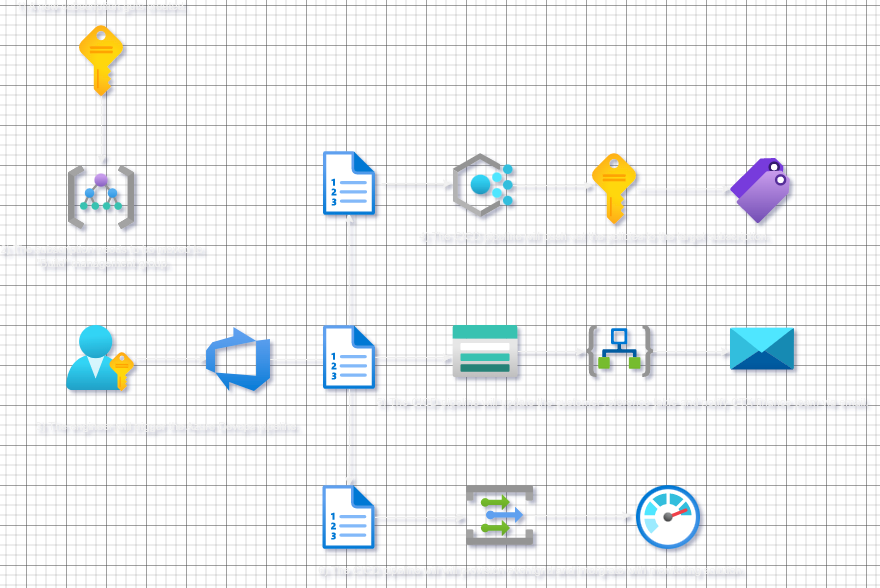
Before: resume_devops/images/policy.png, a diagram exported from draw.io (lyoh001/AzureStaticWebApps). Source tidied: cells renumbered, new cells last; positions are measured from the earlier drawing's top-left corner, leaving out a move shared by most shapes. Its diagram source:
```xml
<mxGraphModel>
  <root>
    <mxCell id="0" />
    <mxCell id="1" parent="0" />
    <mxCell id="2" style="edgeStyle=orthogonalEdgeStyle;rounded=0;orthogonalLoop=1;jettySize=auto;html=1;entryX=0;entryY=0.542;entryDx=0;entryDy=0;entryPerimeter=0;" parent="1" edge="1">
      <mxGeometry relative="1" as="geometry">
        <mxPoint x="315" y="158" as="sourcePoint" />
        <mxPoint x="385" y="158" as="targetPoint" />
      </mxGeometry>
    </mxCell>
    <mxCell id="3" style="edgeStyle=orthogonalEdgeStyle;rounded=0;jettySize=auto;html=1;entryX=0.016;entryY=0.484;entryDx=0;entryDy=0;entryPerimeter=0;" parent="1" edge="1" source="4" target="8">
      <mxGeometry relative="1" as="geometry" />
    </mxCell>
    <mxCell id="4" style="html=1;points=[];align=center;image;fontSize=12;image=img/lib/azure2/azure_stack/User_Subscriptions.svg;" parent="1" vertex="1">
      <mxGeometry y="300" width="68" height="66" as="geometry" />
    </mxCell>
    <mxCell id="5" style="edgeStyle=orthogonalEdgeStyle;rounded=0;jettySize=auto;html=1;" parent="1" edge="1" source="8">
      <mxGeometry relative="1" as="geometry">
        <mxPoint x="282.5" y="188" as="targetPoint" />
      </mxGeometry>
    </mxCell>
    <mxCell id="6" value="1) A new subscription gets created." style="edgeLabel;html=1;align=center;verticalAlign=middle;labelBackgroundColor=none;" parent="5" vertex="1">
      <mxGeometry x="0.07" y="1" relative="1" as="geometry">
        <mxPoint x="-247.5" y="-311.5" as="offset" />
      </mxGeometry>
    </mxCell>
    <mxCell id="7" style="edgeStyle=orthogonalEdgeStyle;rounded=0;jettySize=auto;html=1;" parent="1" edge="1" source="34" target="19">
      <mxGeometry relative="1" as="geometry" />
    </mxCell>
    <mxCell id="8" style="html=1;points=[];align=center;image;fontSize=12;image=img/lib/azure2/devops/Azure_DevOps.svg;" parent="1" vertex="1">
      <mxGeometry x="140" y="302" width="64" height="64" as="geometry" />
    </mxCell>
    <mxCell id="9" style="html=1;points=[];align=center;image;fontSize=12;image=img/lib/azure2/general/Tags.svg;" parent="1" vertex="1">
      <mxGeometry x="664" y="133" width="60" height="65" as="geometry" />
    </mxCell>
    <mxCell id="10" style="edgeStyle=orthogonalEdgeStyle;rounded=0;jettySize=auto;html=1;entryX=-0.094;entryY=0.469;entryDx=0;entryDy=0;entryPerimeter=0;" parent="1" edge="1" source="11" target="23">
      <mxGeometry relative="1" as="geometry" />
    </mxCell>
    <mxCell id="11" style="html=1;points=[];align=center;image;fontSize=12;image=img/lib/azure2/integration/Event_Grid_Topics.svg;" parent="1" vertex="1">
      <mxGeometry x="400" y="460" width="67" height="60" as="geometry" />
    </mxCell>
    <mxCell id="12" style="edgeStyle=orthogonalEdgeStyle;rounded=0;jettySize=auto;html=1;entryX=-0.03;entryY=0.5;entryDx=0;entryDy=0;entryPerimeter=0;" parent="1" edge="1" source="13" target="21">
      <mxGeometry relative="1" as="geometry" />
    </mxCell>
    <mxCell id="13" style="html=1;points=[];align=center;image;fontSize=12;image=img/lib/azure2/storage/Storage_Accounts.svg;" parent="1" vertex="1">
      <mxGeometry x="386.5" y="300" width="65" height="52" as="geometry" />
    </mxCell>
    <mxCell id="14" style="edgeStyle=orthogonalEdgeStyle;rounded=0;jettySize=auto;html=1;entryX=0;entryY=0.462;entryDx=0;entryDy=0;entryPerimeter=0;" parent="1" edge="1" source="15" target="9">
      <mxGeometry relative="1" as="geometry" />
    </mxCell>
    <mxCell id="15" style="html=1;points=[];align=center;image;fontSize=12;image=img/lib/azure2/general/Subscriptions.svg;" parent="1" vertex="1">
      <mxGeometry x="526" y="128" width="44" height="71" as="geometry" />
    </mxCell>
    <mxCell id="16" style="edgeStyle=orthogonalEdgeStyle;rounded=0;jettySize=auto;html=1;entryX=0;entryY=0.451;entryDx=0;entryDy=0;entryPerimeter=0;" parent="1" edge="1" source="17" target="15">
      <mxGeometry relative="1" as="geometry" />
    </mxCell>
    <mxCell id="17" style="html=1;points=[];align=center;image;fontSize=12;image=img/lib/azure2/management_governance/Policy.svg;" parent="1" vertex="1">
      <mxGeometry x="386.5" y="128" width="60" height="64" as="geometry" />
    </mxCell>
    <mxCell id="18" style="edgeStyle=orthogonalEdgeStyle;rounded=0;jettySize=auto;html=1;entryX=-0.03;entryY=0.533;entryDx=0;entryDy=0;entryPerimeter=0;" parent="1" edge="1" source="19" target="11">
      <mxGeometry relative="1" as="geometry" />
    </mxCell>
    <mxCell id="19" style="html=1;points=[];align=center;image;fontSize=12;image=img/lib/azure2/azure_stack/Plans.svg;" parent="1" vertex="1">
      <mxGeometry x="256.5" y="460" width="52" height="64" as="geometry" />
    </mxCell>
    <mxCell id="20" style="edgeStyle=orthogonalEdgeStyle;rounded=0;jettySize=auto;html=1;entryX=-0.016;entryY=0.558;entryDx=0;entryDy=0;entryPerimeter=0;" parent="1" edge="1" source="21" target="22">
      <mxGeometry relative="1" as="geometry" />
    </mxCell>
    <mxCell id="21" style="html=1;points=[];align=center;image;fontSize=12;image=img/lib/azure2/integration/Logic_Apps.svg;" parent="1" vertex="1">
      <mxGeometry x="520" y="300" width="67" height="52" as="geometry" />
    </mxCell>
    <mxCell id="22" style="html=1;points=[];align=center;image;fontSize=12;image=img/lib/azure2/storage/Data_Share_Invitations.svg;" parent="1" vertex="1">
      <mxGeometry x="664" y="302" width="64" height="43" as="geometry" />
    </mxCell>
    <mxCell id="23" style="html=1;points=[];align=center;image;fontSize=12;image=img/lib/azure2/management_governance/Monitor.svg;" parent="1" vertex="1">
      <mxGeometry x="570" y="460" width="64" height="64" as="geometry" />
    </mxCell>
    <mxCell id="24" style="html=1;points=[];align=center;image;fontSize=12;image=img/lib/azure2/general/Management_Groups.svg;" parent="1" vertex="1">
      <mxGeometry x="2" y="140" width="66" height="64" as="geometry" />
    </mxCell>
    <mxCell id="25" style="edgeStyle=orthogonalEdgeStyle;rounded=0;jettySize=auto;html=1;entryX=0.5;entryY=-0.031;entryDx=0;entryDy=0;entryPerimeter=0;" parent="1" edge="1" source="26" target="24">
      <mxGeometry relative="1" as="geometry" />
    </mxCell>
    <mxCell id="26" style="html=1;points=[];align=center;image;fontSize=12;image=img/lib/azure2/general/Subscriptions.svg;" parent="1" vertex="1">
      <mxGeometry x="13" width="44" height="71" as="geometry" />
    </mxCell>
    <mxCell id="27" value="3) The engineer will trigger the Azure Devops pipeline." style="edgeLabel;html=1;align=center;verticalAlign=middle;labelBackgroundColor=none;" parent="1" vertex="1">
      <mxGeometry x="100" y="400" as="geometry" />
    </mxCell>
    <mxCell id="28" value="4)&amp;nbsp;The CICD pipeline will push out the policies to the target subscription." style="edgeLabel;html=1;align=center;verticalAlign=middle;labelBackgroundColor=none;" parent="1" vertex="1">
      <mxGeometry x="530" y="210" as="geometry">
        <mxPoint x="-3" as="offset" />
      </mxGeometry>
    </mxCell>
    <mxCell id="29" value="6) The CICD pipeline will will provision eventgrid and intergrate with monitoring solution." style="edgeLabel;html=1;align=center;verticalAlign=middle;labelBackgroundColor=none;" parent="1" vertex="1">
      <mxGeometry x="467" y="540" as="geometry">
        <mxPoint x="-3" y="4" as="offset" />
      </mxGeometry>
    </mxCell>
    <mxCell id="30" value="5) The CICD pipeline will update the customer reference table and notify CTX finance team via email." style="edgeLabel;html=1;align=center;verticalAlign=middle;fontColor=default;labelBackgroundColor=none;" parent="1" vertex="1">
      <mxGeometry x="553.5" y="380" as="geometry">
        <mxPoint x="2" y="-4" as="offset" />
      </mxGeometry>
    </mxCell>
    <mxCell id="31" value="2) The subscription needs to be moved to&lt;br&gt;&amp;nbsp;&quot;Build&quot; management group." style="edgeLabel;html=1;align=center;verticalAlign=middle;labelBackgroundColor=none;" parent="1" vertex="1">
      <mxGeometry x="34" y="230" as="geometry" />
    </mxCell>
    <mxCell id="32" style="html=1;align=center;image;fontSize=12;image=img/lib/azure2/azure_stack/Plans.svg;" parent="1" vertex="1">
      <mxGeometry x="257" y="126" width="52" height="64" as="geometry" />
    </mxCell>
    <mxCell id="33" style="edgeStyle=orthogonalEdgeStyle;rounded=0;jettySize=auto;html=1;entryX=-0.028;entryY=0.615;entryDx=0;entryDy=0;entryPerimeter=0;" parent="1" edge="1" source="34" target="13">
      <mxGeometry relative="1" as="geometry" />
    </mxCell>
    <mxCell id="34" style="html=1;points=[];align=center;image;fontSize=12;image=img/lib/azure2/azure_stack/Plans.svg;" parent="1" vertex="1">
      <mxGeometry x="257" y="300" width="52" height="64" as="geometry" />
    </mxCell>
  </root>
</mxGraphModel>
```
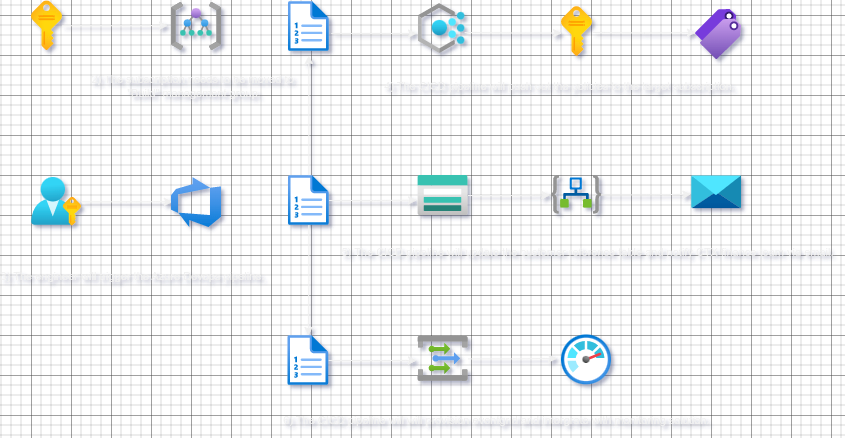
The same file after the commit.

Change to the diagram source:
```diff
@@ -4,7 +4,7 @@
     <mxCell id="1" parent="0" />
     <mxCell id="2" style="edgeStyle=orthogonalEdgeStyle;rounded=0;orthogonalLoop=1;jettySize=auto;html=1;entryX=0;entryY=0.542;entryDx=0;entryDy=0;entryPerimeter=0;" parent="1" edge="1">
       <mxGeometry relative="1" as="geometry">
-        <mxPoint x="315" y="158" as="sourcePoint" />
+        <mxPoint x="300" y="158" as="sourcePoint" />
         <mxPoint x="385" y="158" as="targetPoint" />
       </mxGeometry>
     </mxCell>
@@ -12,77 +12,73 @@
       <mxGeometry relative="1" as="geometry" />
     </mxCell>
     <mxCell id="4" style="html=1;points=[];align=center;image;fontSize=12;image=img/lib/azure2/azure_stack/User_Subscriptions.svg;" parent="1" vertex="1">
-      <mxGeometry y="300" width="68" height="66" as="geometry" />
+      <mxGeometry y="302" width="50" height="48.5" as="geometry" />
     </mxCell>
-    <mxCell id="5" style="edgeStyle=orthogonalEdgeStyle;rounded=0;jettySize=auto;html=1;" parent="1" edge="1" source="8">
-      <mxGeometry relative="1" as="geometry">
-        <mxPoint x="282.5" y="188" as="targetPoint" />
-      </mxGeometry>
-    </mxCell>
-    <mxCell id="6" value="1) A new subscription gets created." style="edgeLabel;html=1;align=center;verticalAlign=middle;labelBackgroundColor=none;" parent="5" vertex="1">
-      <mxGeometry x="0.07" y="1" relative="1" as="geometry">
-        <mxPoint x="-247.5" y="-311.5" as="offset" />
-      </mxGeometry>
-    </mxCell>
     <mxCell id="7" style="edgeStyle=orthogonalEdgeStyle;rounded=0;jettySize=auto;html=1;" parent="1" edge="1" source="34" target="19">
       <mxGeometry relative="1" as="geometry" />
     </mxCell>
     <mxCell id="8" style="html=1;points=[];align=center;image;fontSize=12;image=img/lib/azure2/devops/Azure_DevOps.svg;" parent="1" vertex="1">
-      <mxGeometry x="140" y="302" width="64" height="64" as="geometry" />
+      <mxGeometry x="140" y="302" width="50" height="50" as="geometry" />
     </mxCell>
     <mxCell id="9" style="html=1;points=[];align=center;image;fontSize=12;image=img/lib/azure2/general/Tags.svg;" parent="1" vertex="1">
-      <mxGeometry x="664" y="133" width="60" height="65" as="geometry" />
+      <mxGeometry x="664" y="134" width="46.1" height="50" as="geometry" />
     </mxCell>
     <mxCell id="10" style="edgeStyle=orthogonalEdgeStyle;rounded=0;jettySize=auto;html=1;entryX=-0.094;entryY=0.469;entryDx=0;entryDy=0;entryPerimeter=0;" parent="1" edge="1" source="11" target="23">
       <mxGeometry relative="1" as="geometry" />
     </mxCell>
     <mxCell id="11" style="html=1;points=[];align=center;image;fontSize=12;image=img/lib/azure2/integration/Event_Grid_Topics.svg;" parent="1" vertex="1">
-      <mxGeometry x="400" y="460" width="67" height="60" as="geometry" />
+      <mxGeometry x="386.5" y="461" width="50" height="44.8" as="geometry" />
     </mxCell>
     <mxCell id="12" style="edgeStyle=orthogonalEdgeStyle;rounded=0;jettySize=auto;html=1;entryX=-0.03;entryY=0.5;entryDx=0;entryDy=0;entryPerimeter=0;" parent="1" edge="1" source="13" target="21">
       <mxGeometry relative="1" as="geometry" />
     </mxCell>
     <mxCell id="13" style="html=1;points=[];align=center;image;fontSize=12;image=img/lib/azure2/storage/Storage_Accounts.svg;" parent="1" vertex="1">
-      <mxGeometry x="386.5" y="300" width="65" height="52" as="geometry" />
+      <mxGeometry x="386.5" y="300" width="50" height="40" as="geometry" />
     </mxCell>
-    <mxCell id="14" style="edgeStyle=orthogonalEdgeStyle;rounded=0;jettySize=auto;html=1;entryX=0;entryY=0.462;entryDx=0;entryDy=0;entryPerimeter=0;" parent="1" edge="1" source="15" target="9">
-      <mxGeometry relative="1" as="geometry" />
+    <mxCell id="14" style="edgeStyle=orthogonalEdgeStyle;rounded=0;orthogonalLoop=1;jettySize=auto;html=1;entryX=0;entryY=0.462;entryDx=0;entryDy=0;entryPerimeter=0;" parent="1" edge="1">
+      <mxGeometry relative="1" as="geometry">
+        <mxPoint x="561" y="157" as="sourcePoint" />
+        <mxPoint x="664" y="157.1" as="targetPoint" />
+      </mxGeometry>
     </mxCell>
     <mxCell id="15" style="html=1;points=[];align=center;image;fontSize=12;image=img/lib/azure2/general/Subscriptions.svg;" parent="1" vertex="1">
-      <mxGeometry x="526" y="128" width="44" height="71" as="geometry" />
+      <mxGeometry x="530" y="131" width="31" height="50" as="geometry" />
     </mxCell>
-    <mxCell id="16" style="edgeStyle=orthogonalEdgeStyle;rounded=0;jettySize=auto;html=1;entryX=0;entryY=0.451;entryDx=0;entryDy=0;entryPerimeter=0;" parent="1" edge="1" source="17" target="15">
-      <mxGeometry relative="1" as="geometry" />
+    <mxCell id="16" style="edgeStyle=orthogonalEdgeStyle;rounded=0;orthogonalLoop=1;jettySize=auto;html=1;entryX=0;entryY=0.451;entryDx=0;entryDy=0;entryPerimeter=0;" parent="1" edge="1">
+      <mxGeometry relative="1" as="geometry">
+        <mxPoint x="433.4" y="157" as="sourcePoint" />
+        <mxPoint x="530" y="157.5" as="targetPoint" />
+      </mxGeometry>
     </mxCell>
     <mxCell id="17" style="html=1;points=[];align=center;image;fontSize=12;image=img/lib/azure2/management_governance/Policy.svg;" parent="1" vertex="1">
-      <mxGeometry x="386.5" y="128" width="60" height="64" as="geometry" />
+      <mxGeometry x="386.5" y="128" width="46.9" height="50" as="geometry" />
     </mxCell>
     <mxCell id="18" style="edgeStyle=orthogonalEdgeStyle;rounded=0;jettySize=auto;html=1;entryX=-0.03;entryY=0.533;entryDx=0;entryDy=0;entryPerimeter=0;" parent="1" edge="1" source="19" target="11">
       <mxGeometry relative="1" as="geometry" />
     </mxCell>
     <mxCell id="19" style="html=1;points=[];align=center;image;fontSize=12;image=img/lib/azure2/azure_stack/Plans.svg;" parent="1" vertex="1">
-      <mxGeometry x="256.5" y="460" width="52" height="64" as="geometry" />
+      <mxGeometry x="256.5" y="460" width="40.6" height="50" as="geometry" />
     </mxCell>
     <mxCell id="20" style="edgeStyle=orthogonalEdgeStyle;rounded=0;jettySize=auto;html=1;entryX=-0.016;entryY=0.558;entryDx=0;entryDy=0;entryPerimeter=0;" parent="1" edge="1" source="21" target="22">
       <mxGeometry relative="1" as="geometry" />
     </mxCell>
     <mxCell id="21" style="html=1;points=[];align=center;image;fontSize=12;image=img/lib/azure2/integration/Logic_Apps.svg;" parent="1" vertex="1">
-      <mxGeometry x="520" y="300" width="67" height="52" as="geometry" />
+      <mxGeometry x="520" y="300" width="50" height="38.8" as="geometry" />
     </mxCell>
     <mxCell id="22" style="html=1;points=[];align=center;image;fontSize=12;image=img/lib/azure2/storage/Data_Share_Invitations.svg;" parent="1" vertex="1">
-      <mxGeometry x="664" y="302" width="64" height="43" as="geometry" />
+      <mxGeometry x="660.1" y="300" width="50" height="33.6" as="geometry" />
     </mxCell>
     <mxCell id="23" style="html=1;points=[];align=center;image;fontSize=12;image=img/lib/azure2/management_governance/Monitor.svg;" parent="1" vertex="1">
-      <mxGeometry x="570" y="460" width="64" height="64" as="geometry" />
+      <mxGeometry x="530" y="459.4" width="50" height="50" as="geometry" />
     </mxCell>
     <mxCell id="24" style="html=1;points=[];align=center;image;fontSize=12;image=img/lib/azure2/general/Management_Groups.svg;" parent="1" vertex="1">
-      <mxGeometry x="2" y="140" width="66" height="64" as="geometry" />
+      <mxGeometry x="140" y="126.8" width="50" height="48.5" as="geometry" />
     </mxCell>
-    <mxCell id="25" style="edgeStyle=orthogonalEdgeStyle;rounded=0;jettySize=auto;html=1;entryX=0.5;entryY=-0.031;entryDx=0;entryDy=0;entryPerimeter=0;" parent="1" edge="1" source="26" target="24">
+    <mxCell id="25" style="edgeStyle=orthogonalEdgeStyle;rounded=0;jettySize=auto;html=1;entryX=-0.08;entryY=0.479;entryDx=0;entryDy=0;entryPerimeter=0;" parent="1" edge="1" source="26" target="24">
       <mxGeometry relative="1" as="geometry" />
     </mxCell>
     <mxCell id="26" style="html=1;points=[];align=center;image;fontSize=12;image=img/lib/azure2/general/Subscriptions.svg;" parent="1" vertex="1">
-      <mxGeometry x="13" width="44" height="71" as="geometry" />
+      <mxGeometry y="125.2" width="31" height="50" as="geometry" />
     </mxCell>
     <mxCell id="27" value="3) The engineer will trigger the Azure Devops pipeline." style="edgeLabel;html=1;align=center;verticalAlign=middle;labelBackgroundColor=none;" parent="1" vertex="1">
       <mxGeometry x="100" y="400" as="geometry" />
@@ -103,16 +99,21 @@
       </mxGeometry>
     </mxCell>
     <mxCell id="31" value="2) The subscription needs to be moved to&lt;br&gt;&amp;nbsp;&quot;Build&quot; management group." style="edgeLabel;html=1;align=center;verticalAlign=middle;labelBackgroundColor=none;" parent="1" vertex="1">
-      <mxGeometry x="34" y="230" as="geometry" />
+      <mxGeometry x="160" y="210" as="geometry" />
     </mxCell>
     <mxCell id="32" style="html=1;align=center;image;fontSize=12;image=img/lib/azure2/azure_stack/Plans.svg;" parent="1" vertex="1">
-      <mxGeometry x="257" y="126" width="52" height="64" as="geometry" />
+      <mxGeometry x="257" y="126" width="40.6" height="50" as="geometry" />
     </mxCell>
     <mxCell id="33" style="edgeStyle=orthogonalEdgeStyle;rounded=0;jettySize=auto;html=1;entryX=-0.028;entryY=0.615;entryDx=0;entryDy=0;entryPerimeter=0;" parent="1" edge="1" source="34" target="13">
       <mxGeometry relative="1" as="geometry" />
     </mxCell>
+    <mxCell id="35" style="edgeStyle=orthogonalEdgeStyle;rounded=0;jettySize=auto;html=1;" parent="1" edge="1" source="34">
+      <mxGeometry relative="1" as="geometry">
+        <mxPoint x="277.3" y="180" as="targetPoint" />
+      </mxGeometry>
+    </mxCell>
     <mxCell id="34" style="html=1;points=[];align=center;image;fontSize=12;image=img/lib/azure2/azure_stack/Plans.svg;" parent="1" vertex="1">
-      <mxGeometry x="257" y="300" width="52" height="64" as="geometry" />
+      <mxGeometry x="257" y="300" width="40.6" height="50" as="geometry" />
     </mxCell>
   </root>
 </mxGraphModel>
```
